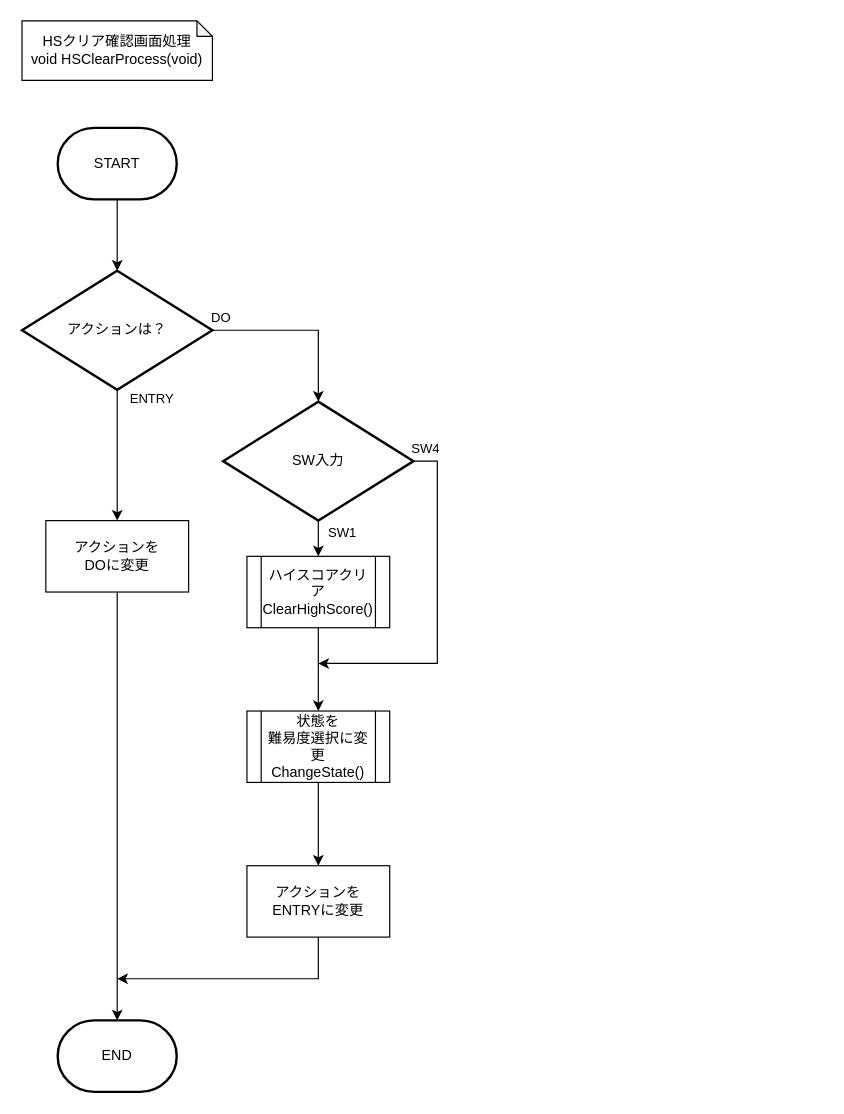
The draw.io diagram page "HSクリア確認画面" (4 of 9) of 資料/設計書/フローチャート/モグラ叩き_フローチャート_ゲーム前.drawio in hakohumi/comp.train.whack-a-mole, before the edit. Source tidied: cells renumbered, new cells numbered last; positions are measured from the earlier drawing's top-left corner, leaving out a move shared by most shapes. Both pictures are drawn from the tidied source at 119%, with x=0, y=0 at pixel (21, 20).
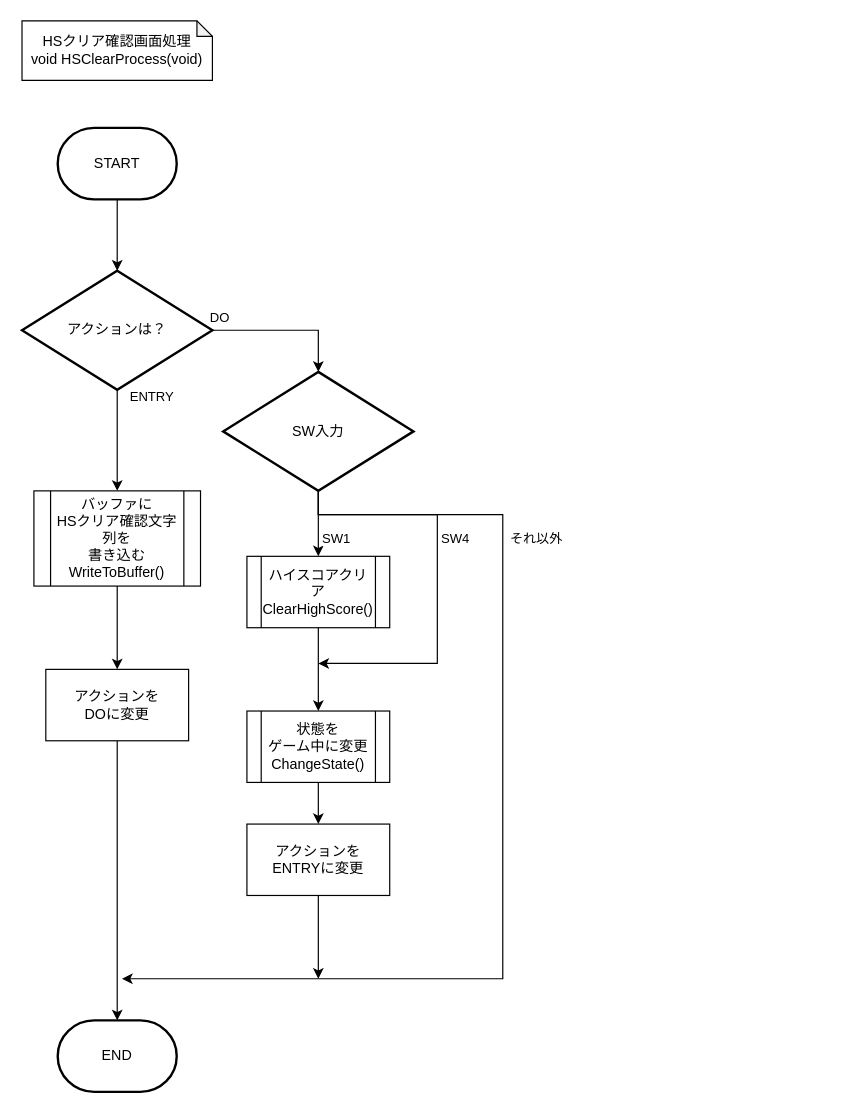
The same diagram, later.

Unchanged cells that the change refers to:
```xml
<mxCell id="4" value="ハイスコアクリア&lt;br&gt;ClearHighScore()" style="shape=process;whiteSpace=wrap;html=1;backgroundOutline=1;" parent="1" vertex="1">
  <mxGeometry x="189" y="450" width="120" height="60" as="geometry" />
</mxCell>
<mxCell id="14" value="アクションは？" style="strokeWidth=2;html=1;shape=mxgraph.flowchart.decision;whiteSpace=wrap;" parent="1" vertex="1">
  <mxGeometry y="210" width="160" height="100" as="geometry" />
</mxCell>
```

The edit, as a diff of the source:
```diff
@@
     <mxCell id="5" value="SW1" style="edgeStyle=orthogonalEdgeStyle;rounded=0;jettySize=auto;html=1;" parent="1" edge="1" source="7" target="4">
-      <mxGeometry x="0.2" y="20" relative="1" as="geometry" />
+      <mxGeometry x="0.45" y="15" relative="1" as="geometry" />
     </mxCell>
-    <mxCell id="6" value="SW4" style="edgeStyle=orthogonalEdgeStyle;rounded=0;jettySize=auto;html=1;exitX=1;exitY=0.5;exitDx=0;exitDy=0;exitPerimeter=0;" parent="1" edge="1" source="7">
-      <mxGeometry x="-0.93" y="10" relative="1" as="geometry">
+    <mxCell id="6" value="SW4" style="edgeStyle=orthogonalEdgeStyle;rounded=0;jettySize=auto;html=1;exitX=0.5;exitY=1;exitDx=0;exitDy=0;exitPerimeter=0;" parent="1" edge="1" source="7">
+      <mxGeometry x="-0.19" y="15" relative="1" as="geometry">
         <mxPoint x="249" y="540" as="targetPoint" />
         <Array as="points">
-          <mxPoint x="349" y="370" />
+          <mxPoint x="249" y="415" />
+          <mxPoint x="349" y="415" />
           <mxPoint x="349" y="540" />
-          <mxPoint x="249" y="540" />
         </Array>
       </mxGeometry>
     </mxCell>
+    <mxCell id="21" style="edgeStyle=orthogonalEdgeStyle;rounded=0;jettySize=auto;html=1;" parent="1" edge="1" source="7">
+      <mxGeometry relative="1" as="geometry">
+        <mxPoint x="84" y="805" as="targetPoint" />
+        <Array as="points">
+          <mxPoint x="249" y="415" />
+          <mxPoint x="404" y="415" />
+          <mxPoint x="404" y="805" />
+        </Array>
+      </mxGeometry>
+    </mxCell>
     <mxCell id="7" value="SW入力" style="strokeWidth=2;html=1;shape=mxgraph.flowchart.decision;whiteSpace=wrap;" parent="1" vertex="1">
-      <mxGeometry x="169" y="320" width="160" height="100" as="geometry" />
+      <mxGeometry x="169" y="295" width="160" height="100" as="geometry" />
     </mxCell>
@@
-    <mxCell id="9" value="状態を&lt;br&gt;難易度選択に変更&lt;br&gt;ChangeState()" style="shape=process;whiteSpace=wrap;html=1;backgroundOutline=1;" parent="1" vertex="1">
+    <mxCell id="9" value="状態を&lt;br&gt;ゲーム中に変更&lt;br&gt;ChangeState()" style="shape=process;whiteSpace=wrap;html=1;backgroundOutline=1;" parent="1" vertex="1">
       <mxGeometry x="189" y="580" width="120" height="60" as="geometry" />
     </mxCell>
@@
-    <mxCell id="16" value="ENTRY" style="edgeStyle=orthogonalEdgeStyle;rounded=0;jettySize=auto;html=1;entryX=0.5;entryY=0;entryDx=0;entryDy=0;" parent="1" edge="1" source="14" target="18">
+    <mxCell id="16" value="ENTRY" style="edgeStyle=orthogonalEdgeStyle;rounded=0;jettySize=auto;html=1;entryX=0.5;entryY=0;entryDx=0;entryDy=0;" parent="1" edge="1" source="14" target="24">
       <mxGeometry x="-0.86" y="29" relative="1" as="geometry" />
     </mxCell>
@@
     <mxCell id="18" value="アクションを&lt;br&gt;DOに変更" style="whiteSpace=wrap;html=1;" parent="1" vertex="1">
-      <mxGeometry x="20" y="420" width="120" height="60" as="geometry" />
+      <mxGeometry x="20" y="545" width="120" height="60" as="geometry" />
     </mxCell>
     <mxCell id="19" style="edgeStyle=orthogonalEdgeStyle;rounded=0;jettySize=auto;html=1;exitX=0.5;exitY=1;exitDx=0;exitDy=0;strokeWidth=1;" parent="1" edge="1" source="20">
       <mxGeometry relative="1" as="geometry">
-        <mxPoint x="80" y="805" as="targetPoint" />
+        <mxPoint x="249" y="805" as="targetPoint" />
         <Array as="points">
           <mxPoint x="249" y="805" />
         </Array>
       </mxGeometry>
     </mxCell>
     <mxCell id="20" value="アクションを&lt;br&gt;ENTRYに変更" style="whiteSpace=wrap;html=1;" parent="1" vertex="1">
-      <mxGeometry x="189" y="710" width="120" height="60" as="geometry" />
+      <mxGeometry x="189" y="675" width="120" height="60" as="geometry" />
     </mxCell>
+    <mxCell id="22" value="それ以外" style="edgeLabel;html=1;align=center;verticalAlign=middle;" parent="1" vertex="1">
+      <mxGeometry x="674" y="505.2" as="geometry">
+        <mxPoint x="-243" y="-71" as="offset" />
+      </mxGeometry>
+    </mxCell>
+    <mxCell id="23" style="edgeStyle=orthogonalEdgeStyle;rounded=0;jettySize=auto;html=1;" parent="1" edge="1" source="24" target="18">
+      <mxGeometry relative="1" as="geometry" />
+    </mxCell>
+    <mxCell id="24" value="バッファに&lt;br&gt;HSクリア確認文字列を&lt;br&gt;書き込む&lt;br&gt;WriteToBuffer()" style="shape=process;whiteSpace=wrap;html=1;backgroundOutline=1;" parent="1" vertex="1">
+      <mxGeometry x="10" y="395" width="140" height="80" as="geometry" />
+    </mxCell>
```
